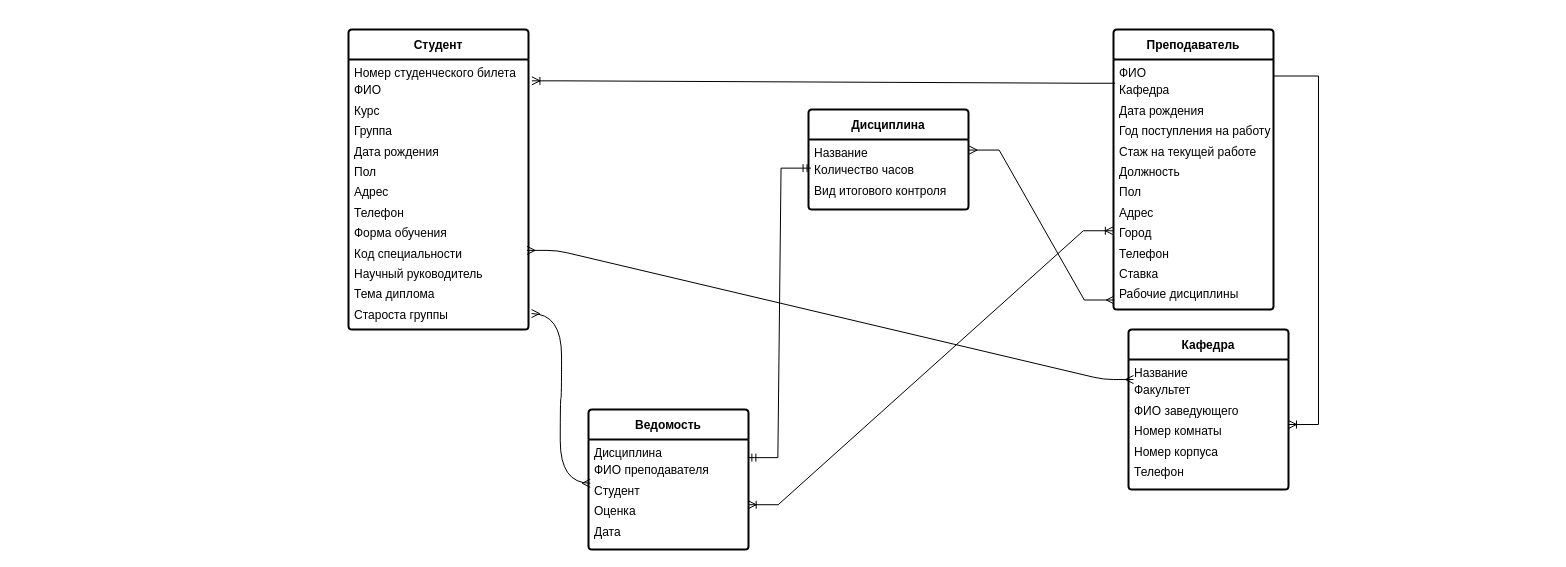
This is University/4 sem/DB/Учебный отдел факультета.drawio from Vlad1000nn/MyGit, a draw.io file, before an edit. Source tidied: cells renumbered, new cells numbered last; positions are measured from the earlier drawing's top-left corner, leaving out a move shared by most shapes. Both pictures are drawn from the tidied source at 100%, with x=0, y=0 at pixel (348, 29).
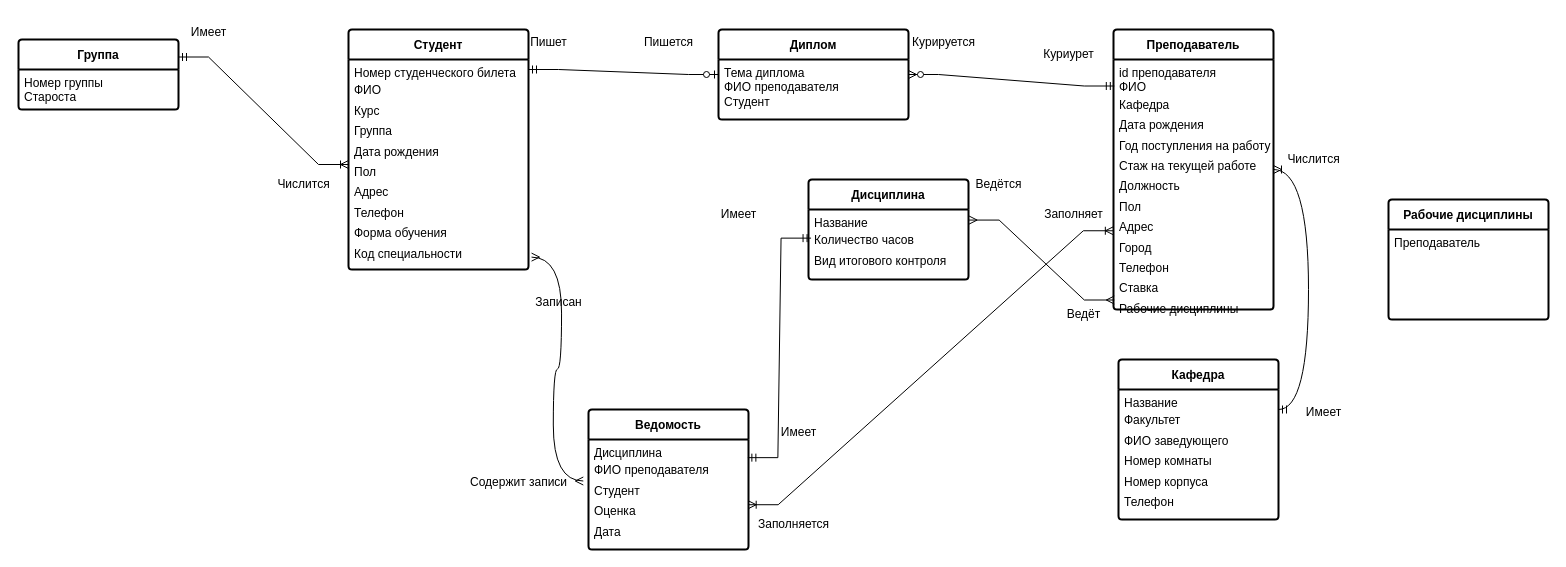
Above is the later version.

The change refers to these unchanged cells:
```xml
<mxCell id="5" value="Название&lt;div style=&quot;line-height: 170%;&quot;&gt;Факультет&lt;/div&gt;&lt;div style=&quot;line-height: 170%;&quot;&gt;ФИО заведующего&lt;/div&gt;&lt;div style=&quot;line-height: 170%;&quot;&gt;Номер комнаты&lt;/div&gt;&lt;div style=&quot;line-height: 170%;&quot;&gt;Номер корпуса&lt;/div&gt;&lt;div style=&quot;line-height: 170%;&quot;&gt;Телефон&lt;/div&gt;" style="align=left;strokeColor=none;fillColor=none;spacingLeft=4;fontSize=12;verticalAlign=top;html=1;" parent="4" vertex="1">
  <mxGeometry y="30" width="160" height="130" as="geometry" />
</mxCell>
<mxCell id="6" value="&lt;b&gt;&lt;font style=&quot;font-size: 12px;&quot;&gt;Преподаватель&lt;/font&gt;&lt;/b&gt;" style="swimlane;horizontal=1;startSize=30;rounded=1;fontSize=14;fontStyle=0;strokeWidth=2;shadow=0;dashed=0;align=center;arcSize=4;whiteSpace=wrap;html=1;" parent="1" vertex="1">
  <mxGeometry x="765" width="160" height="280" as="geometry" />
</mxCell>
<mxCell id="11" value="Дисциплина&lt;div style=&quot;line-height: 170%;&quot;&gt;ФИО преподавателя&lt;/div&gt;&lt;div style=&quot;line-height: 170%;&quot;&gt;Студент&lt;/div&gt;&lt;div style=&quot;line-height: 170%;&quot;&gt;Оценка&lt;/div&gt;&lt;div style=&quot;line-height: 170%;&quot;&gt;Дата&lt;/div&gt;" style="align=left;strokeColor=none;fillColor=none;spacingLeft=4;fontSize=12;verticalAlign=top;html=1;" parent="10" vertex="1">
  <mxGeometry y="30" width="160" height="110" as="geometry" />
</mxCell>
```

What changed in the source:
```diff
@@
     <mxCell id="2" value="&lt;b&gt;&lt;font style=&quot;font-size: 12px;&quot;&gt;Дисциплина&lt;/font&gt;&lt;/b&gt;" style="swimlane;horizontal=1;startSize=30;rounded=1;fontSize=14;fontStyle=0;strokeWidth=2;shadow=0;dashed=0;align=center;arcSize=4;whiteSpace=wrap;html=1;" parent="1" vertex="1">
-      <mxGeometry x="460" y="80" width="160" height="100" as="geometry" />
+      <mxGeometry x="460" y="150" width="160" height="100" as="geometry" />
     </mxCell>
@@
     <mxCell id="4" value="&lt;font style=&quot;font-size: 12px;&quot;&gt;&lt;b&gt;Кафедра&lt;/b&gt;&lt;/font&gt;" style="swimlane;horizontal=1;startSize=30;rounded=1;fontSize=14;fontStyle=0;strokeWidth=2;shadow=0;dashed=0;align=center;arcSize=4;whiteSpace=wrap;html=1;" parent="1" vertex="1">
-      <mxGeometry x="780" y="300" width="160" height="160" as="geometry" />
+      <mxGeometry x="770" y="330" width="160" height="160" as="geometry" />
     </mxCell>
@@
-    <mxCell id="7" value="ФИО&lt;div style=&quot;line-height: 170%;&quot;&gt;Кафедра&lt;/div&gt;&lt;div style=&quot;line-height: 170%;&quot;&gt;Дата рождения&lt;/div&gt;&lt;div style=&quot;line-height: 170%;&quot;&gt;Год поступления на работу&lt;/div&gt;&lt;div style=&quot;line-height: 170%;&quot;&gt;Стаж на текущей работе&lt;/div&gt;&lt;div style=&quot;line-height: 170%;&quot;&gt;Должность&lt;/div&gt;&lt;div style=&quot;line-height: 170%;&quot;&gt;Пол&lt;/div&gt;&lt;div style=&quot;line-height: 170%;&quot;&gt;Адрес&lt;/div&gt;&lt;div style=&quot;line-height: 170%;&quot;&gt;Город&lt;/div&gt;&lt;div style=&quot;line-height: 170%;&quot;&gt;Телефон&lt;/div&gt;&lt;div style=&quot;line-height: 170%;&quot;&gt;Ставка&lt;/div&gt;&lt;div style=&quot;line-height: 170%;&quot;&gt;Рабочие дисциплины&lt;/div&gt;" style="align=left;strokeColor=none;fillColor=none;spacingLeft=4;fontSize=12;verticalAlign=top;html=1;" parent="6" vertex="1">
+    <mxCell id="7" value="&lt;div&gt;id преподавателя&lt;/div&gt;ФИО&lt;div style=&quot;line-height: 170%;&quot;&gt;Кафедра&lt;/div&gt;&lt;div style=&quot;line-height: 170%;&quot;&gt;Дата рождения&lt;/div&gt;&lt;div style=&quot;line-height: 170%;&quot;&gt;Год поступления на работу&lt;/div&gt;&lt;div style=&quot;line-height: 170%;&quot;&gt;Стаж на текущей работе&lt;/div&gt;&lt;div style=&quot;line-height: 170%;&quot;&gt;Должность&lt;/div&gt;&lt;div style=&quot;line-height: 170%;&quot;&gt;Пол&lt;/div&gt;&lt;div style=&quot;line-height: 170%;&quot;&gt;Адрес&lt;/div&gt;&lt;div style=&quot;line-height: 170%;&quot;&gt;Город&lt;/div&gt;&lt;div style=&quot;line-height: 170%;&quot;&gt;Телефон&lt;/div&gt;&lt;div style=&quot;line-height: 170%;&quot;&gt;Ставка&lt;/div&gt;&lt;div style=&quot;line-height: 170%;&quot;&gt;Рабочие дисциплины&lt;/div&gt;" style="align=left;strokeColor=none;fillColor=none;spacingLeft=4;fontSize=12;verticalAlign=top;html=1;" parent="6" vertex="1">
       <mxGeometry y="30" width="160" height="250" as="geometry" />
     </mxCell>
     <mxCell id="8" value="&lt;b&gt;&lt;font style=&quot;font-size: 12px;&quot;&gt;Студент&lt;/font&gt;&lt;/b&gt;" style="swimlane;horizontal=1;startSize=30;rounded=1;fontSize=14;fontStyle=0;strokeWidth=2;shadow=0;dashed=0;align=center;arcSize=4;whiteSpace=wrap;html=1;" parent="1" vertex="1">
-      <mxGeometry width="180" height="300" as="geometry" />
+      <mxGeometry width="180" height="240" as="geometry" />
     </mxCell>
-    <mxCell id="9" value="Номер студенческого билета&lt;div style=&quot;line-height: 170%;&quot;&gt;ФИО&lt;/div&gt;&lt;div style=&quot;line-height: 170%;&quot;&gt;Курс&lt;/div&gt;&lt;div style=&quot;line-height: 170%;&quot;&gt;Группа&lt;/div&gt;&lt;div style=&quot;line-height: 170%;&quot;&gt;Дата рождения&lt;/div&gt;&lt;div style=&quot;line-height: 170%;&quot;&gt;Пол&lt;/div&gt;&lt;div style=&quot;line-height: 170%;&quot;&gt;Адрес&lt;/div&gt;&lt;div style=&quot;line-height: 170%;&quot;&gt;Телефон&lt;/div&gt;&lt;div style=&quot;line-height: 170%;&quot;&gt;Форма обучения&lt;/div&gt;&lt;div style=&quot;line-height: 170%;&quot;&gt;Код специальности&lt;/div&gt;&lt;div style=&quot;line-height: 170%;&quot;&gt;Научный руководитель&lt;/div&gt;&lt;div style=&quot;line-height: 170%;&quot;&gt;Тема диплома&lt;/div&gt;&lt;div style=&quot;line-height: 170%;&quot;&gt;Староста группы&lt;/div&gt;" style="align=left;strokeColor=none;fillColor=none;spacingLeft=4;fontSize=12;verticalAlign=top;html=1;" parent="8" vertex="1">
-      <mxGeometry y="30" width="180" height="270" as="geometry" />
+    <mxCell id="9" value="Номер студенческого билета&lt;div style=&quot;line-height: 170%;&quot;&gt;ФИО&lt;/div&gt;&lt;div style=&quot;line-height: 170%;&quot;&gt;Курс&lt;/div&gt;&lt;div style=&quot;line-height: 170%;&quot;&gt;Группа&lt;/div&gt;&lt;div style=&quot;line-height: 170%;&quot;&gt;Дата рождения&lt;/div&gt;&lt;div style=&quot;line-height: 170%;&quot;&gt;Пол&lt;/div&gt;&lt;div style=&quot;line-height: 170%;&quot;&gt;Адрес&lt;/div&gt;&lt;div style=&quot;line-height: 170%;&quot;&gt;Телефон&lt;/div&gt;&lt;div style=&quot;line-height: 170%;&quot;&gt;Форма обучения&lt;/div&gt;&lt;div style=&quot;line-height: 170%;&quot;&gt;Код специальности&lt;/div&gt;" style="align=left;strokeColor=none;fillColor=none;spacingLeft=4;fontSize=12;verticalAlign=top;html=1;" parent="8" vertex="1">
+      <mxGeometry y="30" width="180" height="210" as="geometry" />
     </mxCell>
@@
-    <mxCell id="12" style="edgeStyle=entityRelationEdgeStyle;fontSize=12;html=1;endArrow=ERoneToMany;rounded=0;exitX=0.01;exitY=0.095;exitDx=0;exitDy=0;exitPerimeter=0;entryX=1.019;entryY=0.079;entryDx=0;entryDy=0;entryPerimeter=0;" parent="1" edge="1" source="7" target="9">
-      <mxGeometry relative="1" as="geometry" />
-    </mxCell>
-    <mxCell id="13" style="edgeStyle=entityRelationEdgeStyle;fontSize=12;html=1;endArrow=ERoneToMany;rounded=0;exitX=1;exitY=0.066;exitDx=0;exitDy=0;exitPerimeter=0;" parent="1" edge="1" source="7" target="5">
-      <mxGeometry relative="1" as="geometry" />
-    </mxCell>
-    <mxCell id="14" style="edgeStyle=entityRelationEdgeStyle;fontSize=12;html=1;endArrow=ERmany;startArrow=ERmany;rounded=1;entryX=0.031;entryY=0.154;entryDx=0;entryDy=0;entryPerimeter=0;exitX=0.992;exitY=0.707;exitDx=0;exitDy=0;exitPerimeter=0;curved=0;" parent="1" edge="1" source="9" target="5">
-      <mxGeometry relative="1" as="geometry">
-        <Array as="points">
-          <mxPoint x="330" y="450" />
-          <mxPoint x="250" y="300" />
-          <mxPoint x="460" y="460" />
-          <mxPoint x="430" y="440" />
-          <mxPoint x="590" y="480" />
-        </Array>
-      </mxGeometry>
-    </mxCell>
@@
-    <mxCell id="17" style="edgeStyle=entityRelationEdgeStyle;fontSize=12;html=1;endArrow=ERmany;startArrow=ERmany;rounded=0;exitX=0.011;exitY=0.398;exitDx=0;exitDy=0;exitPerimeter=0;entryX=1.017;entryY=0.941;entryDx=0;entryDy=0;entryPerimeter=0;curved=1;" parent="1" edge="1" source="11" target="9">
+    <mxCell id="17" style="edgeStyle=entityRelationEdgeStyle;fontSize=12;html=1;endArrow=ERmany;startArrow=ERmany;rounded=0;exitX=1.04;exitY=0.45;exitDx=0;exitDy=0;exitPerimeter=0;entryX=1.017;entryY=0.941;entryDx=0;entryDy=0;entryPerimeter=0;curved=1;" parent="1" edge="1" source="20" target="9">
       <mxGeometry relative="1" as="geometry">
         <Array as="points">
           <mxPoint x="30" y="490" />
           <mxPoint x="183" y="320" />
           <mxPoint x="260" y="250" />
           <mxPoint x="290" y="300" />
           <mxPoint x="220" y="320" />
         </Array>
       </mxGeometry>
     </mxCell>
@@
+    <mxCell id="19" value="Записан" style="text;html=1;align=center;verticalAlign=middle;strokeColor=none;fillColor=none;" parent="1" vertex="1">
+      <mxGeometry x="175" y="258" width="70" height="30" as="geometry" />
+    </mxCell>
+    <mxCell id="20" value="Содержит записи" style="text;html=1;align=center;verticalAlign=middle;points=[];strokeColor=none;fillColor=none;" parent="1" vertex="1">
+      <mxGeometry x="110" y="438" width="120" height="30" as="geometry" />
+    </mxCell>
+    <mxCell id="21" style="edgeStyle=entityRelationEdgeStyle;fontSize=12;html=1;endArrow=ERoneToMany;startArrow=ERmandOne;rounded=0;curved=1;" parent="1" edge="1" target="6">
+      <mxGeometry relative="1" as="geometry">
+        <mxPoint x="930" y="380" as="sourcePoint" />
+        <Array as="points">
+          <mxPoint x="1000" y="210" />
+        </Array>
+      </mxGeometry>
+    </mxCell>
+    <mxCell id="22" value="Числится" style="text;html=1;align=center;verticalAlign=middle;strokeColor=none;fillColor=none;" parent="1" vertex="1">
+      <mxGeometry x="925" y="115" width="80" height="30" as="geometry" />
+    </mxCell>
+    <mxCell id="23" value="Имеет" style="text;html=1;align=center;verticalAlign=middle;strokeColor=none;fillColor=none;" parent="1" vertex="1">
+      <mxGeometry x="945" y="368" width="60" height="30" as="geometry" />
+    </mxCell>
+    <mxCell id="24" value="Заполняется" style="text;html=1;align=center;verticalAlign=middle;strokeColor=none;fillColor=none;" parent="1" vertex="1">
+      <mxGeometry x="400" y="480" width="90" height="30" as="geometry" />
+    </mxCell>
+    <mxCell id="25" value="Заполняет" style="text;html=1;align=center;verticalAlign=middle;strokeColor=none;fillColor=none;" parent="1" vertex="1">
+      <mxGeometry x="685" y="170" width="80" height="30" as="geometry" />
+    </mxCell>
+    <mxCell id="26" value="Ведётся" style="text;html=1;align=center;verticalAlign=middle;strokeColor=none;fillColor=none;" parent="1" vertex="1">
+      <mxGeometry x="615" y="140" width="70" height="30" as="geometry" />
+    </mxCell>
+    <mxCell id="27" value="Ведёт" style="text;html=1;align=center;verticalAlign=middle;strokeColor=none;fillColor=none;" parent="1" vertex="1">
+      <mxGeometry x="705" y="270" width="60" height="30" as="geometry" />
+    </mxCell>
+    <mxCell id="28" value="Имеет" style="text;html=1;align=center;verticalAlign=middle;strokeColor=none;fillColor=none;" parent="1" vertex="1">
+      <mxGeometry x="360" y="170" width="60" height="30" as="geometry" />
+    </mxCell>
+    <mxCell id="29" value="Имеет" style="text;html=1;align=center;verticalAlign=middle;strokeColor=none;fillColor=none;" parent="1" vertex="1">
+      <mxGeometry x="420" y="388" width="60" height="30" as="geometry" />
+    </mxCell>
+    <mxCell id="30" value="&lt;b&gt;&lt;font style=&quot;font-size: 12px;&quot;&gt;Группа&lt;/font&gt;&lt;/b&gt;" style="swimlane;horizontal=1;startSize=30;rounded=1;fontSize=14;fontStyle=0;strokeWidth=2;shadow=0;dashed=0;align=center;arcSize=4;whiteSpace=wrap;html=1;" parent="1" vertex="1">
+      <mxGeometry x="-330" y="10" width="160" height="70" as="geometry" />
+    </mxCell>
+    <mxCell id="31" value="Номер группы&lt;div&gt;Староста&lt;/div&gt;" style="align=left;strokeColor=none;fillColor=none;spacingLeft=4;fontSize=12;verticalAlign=top;html=1;" parent="30" vertex="1">
+      <mxGeometry y="30" width="160" height="40" as="geometry" />
+    </mxCell>
+    <mxCell id="32" style="edgeStyle=entityRelationEdgeStyle;fontSize=12;html=1;endArrow=ERoneToMany;startArrow=ERmandOne;rounded=0;exitX=1;exitY=0.25;exitDx=0;exitDy=0;" parent="1" edge="1" source="30" target="9">
+      <mxGeometry relative="1" as="geometry" />
+    </mxCell>
+    <mxCell id="33" value="Имеет" style="text;html=1;align=center;verticalAlign=middle;strokeColor=none;fillColor=none;" parent="1" vertex="1">
+      <mxGeometry x="-170" y="-12" width="60" height="30" as="geometry" />
+    </mxCell>
+    <mxCell id="34" value="Числится" style="text;html=1;align=center;verticalAlign=middle;strokeColor=none;fillColor=none;" parent="1" vertex="1">
+      <mxGeometry x="-85" y="140" width="80" height="30" as="geometry" />
+    </mxCell>
+    <mxCell id="35" value="&lt;font style=&quot;font-size: 12px;&quot;&gt;&lt;b&gt;Диплом&lt;/b&gt;&lt;/font&gt;" style="swimlane;horizontal=1;startSize=30;rounded=1;fontSize=14;fontStyle=0;strokeWidth=2;shadow=0;dashed=0;align=center;arcSize=4;whiteSpace=wrap;html=1;" parent="1" vertex="1">
+      <mxGeometry x="370" width="190" height="90" as="geometry" />
+    </mxCell>
+    <mxCell id="36" value="Тема диплома&lt;div&gt;ФИО преподавателя&lt;/div&gt;&lt;div&gt;Студент&lt;/div&gt;" style="align=left;strokeColor=none;fillColor=none;spacingLeft=4;fontSize=12;verticalAlign=top;html=1;" parent="35" vertex="1">
+      <mxGeometry y="30" width="190" height="60" as="geometry" />
+    </mxCell>
+    <mxCell id="37" style="edgeStyle=entityRelationEdgeStyle;fontSize=12;html=1;endArrow=ERzeroToOne;startArrow=ERmandOne;rounded=0;entryX=0;entryY=0.25;entryDx=0;entryDy=0;" parent="1" edge="1" target="36">
+      <mxGeometry relative="1" as="geometry">
+        <mxPoint x="180" y="40" as="sourcePoint" />
+      </mxGeometry>
+    </mxCell>
+    <mxCell id="38" style="edgeStyle=entityRelationEdgeStyle;fontSize=12;html=1;endArrow=ERzeroToMany;startArrow=ERmandOne;rounded=0;entryX=1;entryY=0.25;entryDx=0;entryDy=0;exitX=0.005;exitY=0.106;exitDx=0;exitDy=0;exitPerimeter=0;" parent="1" edge="1" source="7" target="36">
+      <mxGeometry relative="1" as="geometry" />
+    </mxCell>
+    <mxCell id="39" value="Пишет" style="text;html=1;align=center;verticalAlign=middle;strokeColor=none;fillColor=none;" parent="1" vertex="1">
+      <mxGeometry x="170" y="-2" width="60" height="30" as="geometry" />
+    </mxCell>
+    <mxCell id="40" value="Пишется" style="text;html=1;align=center;verticalAlign=middle;strokeColor=none;fillColor=none;" parent="1" vertex="1">
+      <mxGeometry x="285" y="-2" width="70" height="30" as="geometry" />
+    </mxCell>
+    <mxCell id="41" value="Курируется" style="text;html=1;align=center;verticalAlign=middle;strokeColor=none;fillColor=none;" parent="1" vertex="1">
+      <mxGeometry x="550" y="-2" width="90" height="30" as="geometry" />
+    </mxCell>
+    <mxCell id="42" value="Куриурет" style="text;html=1;align=center;verticalAlign=middle;strokeColor=none;fillColor=none;" parent="1" vertex="1">
+      <mxGeometry x="685" y="10" width="70" height="30" as="geometry" />
+    </mxCell>
+    <mxCell id="43" value="&lt;b&gt;&lt;font style=&quot;font-size: 12px;&quot;&gt;Рабочие дисциплины&lt;/font&gt;&lt;/b&gt;" style="swimlane;horizontal=1;startSize=30;rounded=1;fontSize=14;fontStyle=0;strokeWidth=2;shadow=0;dashed=0;align=center;arcSize=4;whiteSpace=wrap;html=1;" parent="1" vertex="1">
+      <mxGeometry x="1040" y="170" width="160" height="120" as="geometry" />
+    </mxCell>
+    <mxCell id="44" value="Преподаватель" style="align=left;strokeColor=none;fillColor=none;spacingLeft=4;fontSize=12;verticalAlign=top;html=1;" parent="43" vertex="1">
+      <mxGeometry y="30" width="160" height="90" as="geometry" />
+    </mxCell>
```
